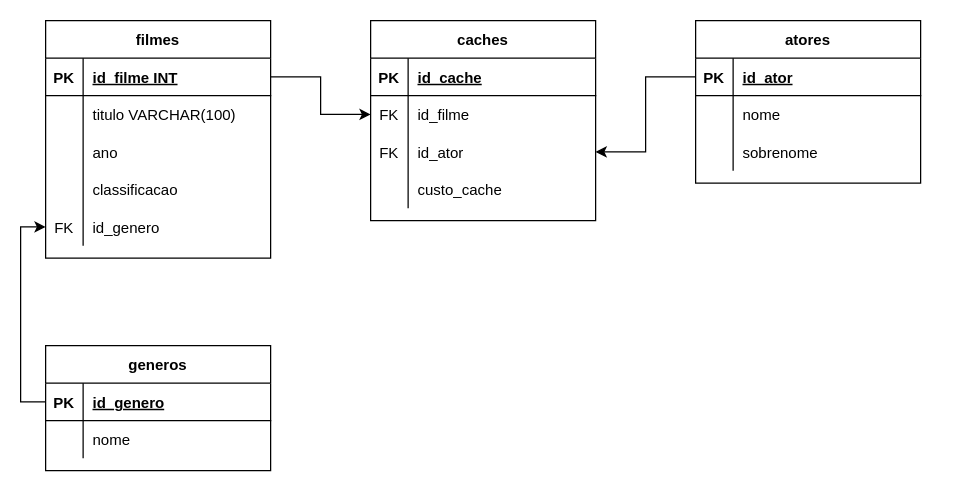
This is page "filmes" (1 of 2) of banco-de-dados/aula06-xilften.drawio from Thribs/ctd, a draw.io file, before an edit. Source tidied: cells renumbered, new cells numbered last; positions are measured from the earlier drawing's top-left corner, leaving out a move shared by most shapes. Both pictures are drawn from the tidied source at 125%, with x=0, y=0 at pixel (45, 20).
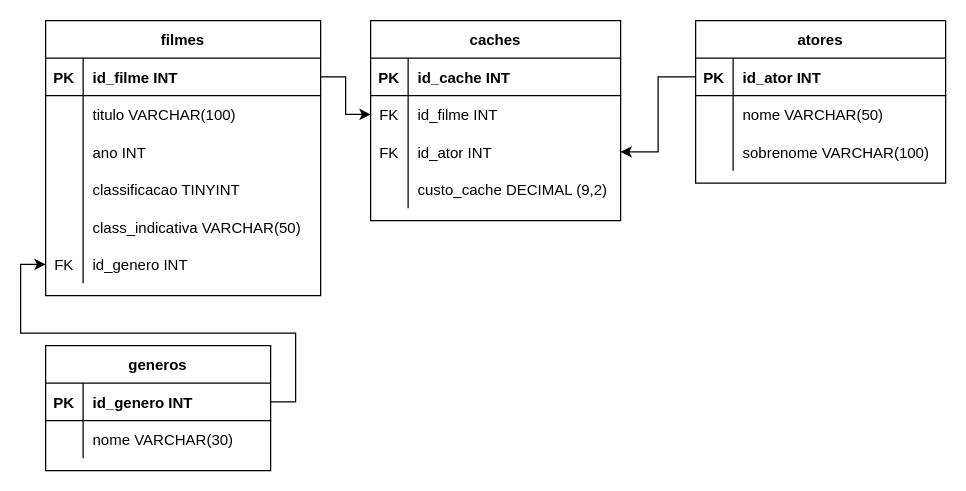
After the change.

The change refers to these unchanged cells:
```xml
<mxCell id="29" style="shape=partialRectangle;fillColor=none;top=0;left=0;bottom=1;right=0;points=[[0,0.5],[1,0.5]];portConstraint=eastwest;" parent="28" vertex="1">
  <mxGeometry y="30" width="180" height="30" as="geometry" />
</mxCell>
<mxCell id="32" style="shape=partialRectangle;fillColor=none;top=0;left=0;bottom=0;right=0;" parent="28" vertex="1">
  <mxGeometry y="60" width="180" height="30" as="geometry" />
</mxCell>
```

What changed in the source:
```diff
@@
     <mxCell id="2" value="filmes" style="shape=table;startSize=30;childLayout=tableLayout;rowLines=0;fontStyle=1;align=center;" parent="1" vertex="1">
-      <mxGeometry width="180" height="190" as="geometry" />
+      <mxGeometry width="220" height="220" as="geometry" />
     </mxCell>
     <mxCell id="3" style="shape=partialRectangle;fillColor=none;top=0;left=0;bottom=1;right=0;points=[[0,0.5],[1,0.5]];portConstraint=eastwest;" parent="2" vertex="1">
-      <mxGeometry y="30" width="180" height="30" as="geometry" />
+      <mxGeometry y="30" width="220" height="30" as="geometry" />
     </mxCell>
@@
-    <mxCell id="5" value="id_filme INT" style="shape=partialRectangle;fillColor=none;top=0;left=0;bottom=0;right=0;align=left;spacingLeft=6;fontStyle=5;overflow=hidden;" parent="3" vertex="1">
-      <mxGeometry x="30" width="150" height="30" as="geometry" />
+    <mxCell id="5" value="id_filme INT" style="shape=partialRectangle;fillColor=none;top=0;left=0;bottom=0;right=0;align=left;spacingLeft=6;fontStyle=1;overflow=hidden;" parent="3" vertex="1">
+      <mxGeometry x="30" width="190" height="30" as="geometry" />
     </mxCell>
     <mxCell id="6" style="shape=partialRectangle;fillColor=none;top=0;left=0;bottom=0;right=0;" parent="2" vertex="1">
-      <mxGeometry y="60" width="180" height="30" as="geometry" />
+      <mxGeometry y="60" width="220" height="30" as="geometry" />
     </mxCell>
@@
     <mxCell id="8" value="titulo VARCHAR(100)" style="shape=partialRectangle;fillColor=none;top=0;left=0;bottom=0;right=0;align=left;spacingLeft=6;overflow=hidden;" parent="6" vertex="1">
-      <mxGeometry x="30" width="150" height="30" as="geometry" />
+      <mxGeometry x="30" width="190" height="30" as="geometry" />
     </mxCell>
     <mxCell id="9" style="shape=partialRectangle;fillColor=none;top=0;left=0;bottom=0;right=0;" parent="2" vertex="1">
-      <mxGeometry y="90" width="180" height="30" as="geometry" />
+      <mxGeometry y="90" width="220" height="30" as="geometry" />
     </mxCell>
@@
-    <mxCell id="11" value="ano" style="shape=partialRectangle;fillColor=none;top=0;left=0;bottom=0;right=0;align=left;spacingLeft=6;overflow=hidden;" parent="9" vertex="1">
-      <mxGeometry x="30" width="150" height="30" as="geometry" />
+    <mxCell id="11" value="ano INT" style="shape=partialRectangle;fillColor=none;top=0;left=0;bottom=0;right=0;align=left;spacingLeft=6;overflow=hidden;" parent="9" vertex="1">
+      <mxGeometry x="30" width="190" height="30" as="geometry" />
     </mxCell>
     <mxCell id="12" style="shape=partialRectangle;fillColor=none;top=0;left=0;bottom=0;right=0;" parent="2" vertex="1">
-      <mxGeometry y="120" width="180" height="30" as="geometry" />
+      <mxGeometry y="120" width="220" height="30" as="geometry" />
     </mxCell>
@@
-    <mxCell id="14" value="classificacao" style="shape=partialRectangle;fillColor=none;top=0;left=0;bottom=0;right=0;align=left;spacingLeft=6;overflow=hidden;" parent="12" vertex="1">
-      <mxGeometry x="30" width="150" height="30" as="geometry" />
+    <mxCell id="14" value="classificacao TINYINT" style="shape=partialRectangle;fillColor=none;top=0;left=0;bottom=0;right=0;align=left;spacingLeft=6;overflow=hidden;" parent="12" vertex="1">
+      <mxGeometry x="30" width="190" height="30" as="geometry" />
     </mxCell>
+    <mxCell id="51" style="shape=partialRectangle;fillColor=none;top=0;left=0;bottom=0;right=0;" parent="2" vertex="1">
+      <mxGeometry y="150" width="220" height="30" as="geometry" />
+    </mxCell>
+    <mxCell id="52" style="shape=partialRectangle;fillColor=none;top=0;left=0;bottom=0;right=0;overflow=hidden;" parent="51" vertex="1">
+      <mxGeometry width="30" height="30" as="geometry" />
+    </mxCell>
+    <mxCell id="53" value="class_indicativa VARCHAR(50)" style="shape=partialRectangle;fillColor=none;top=0;left=0;bottom=0;right=0;align=left;spacingLeft=6;overflow=hidden;" parent="51" vertex="1">
+      <mxGeometry x="30" width="190" height="30" as="geometry" />
+    </mxCell>
     <mxCell id="15" style="shape=partialRectangle;fillColor=none;top=0;left=0;bottom=0;right=0;points=[[0,0.5],[1,0.5]];portConstraint=eastwest;" parent="2" vertex="1">
-      <mxGeometry y="150" width="180" height="30" as="geometry" />
+      <mxGeometry y="180" width="220" height="30" as="geometry" />
     </mxCell>
@@
-    <mxCell id="17" value="id_genero" style="shape=partialRectangle;fillColor=none;top=0;left=0;bottom=0;right=0;align=left;spacingLeft=6;overflow=hidden;" parent="15" vertex="1">
-      <mxGeometry x="30" width="150" height="30" as="geometry" />
+    <mxCell id="17" value="id_genero INT" style="shape=partialRectangle;fillColor=none;top=0;left=0;bottom=0;right=0;align=left;spacingLeft=6;overflow=hidden;" parent="15" vertex="1">
+      <mxGeometry x="30" width="190" height="30" as="geometry" />
     </mxCell>
     <mxCell id="18" value="atores" style="shape=table;startSize=30;childLayout=tableLayout;rowLines=0;fontStyle=1;align=center;" parent="1" vertex="1">
-      <mxGeometry x="520" width="180" height="130" as="geometry" />
+      <mxGeometry x="520" width="200" height="130" as="geometry" />
     </mxCell>
     <mxCell id="19" style="shape=partialRectangle;fillColor=none;top=0;left=0;bottom=1;right=0;points=[[0,0.5],[1,0.5]];portConstraint=eastwest;" parent="18" vertex="1">
-      <mxGeometry y="30" width="180" height="30" as="geometry" />
+      <mxGeometry y="30" width="200" height="30" as="geometry" />
     </mxCell>
@@
-    <mxCell id="21" value="id_ator" style="shape=partialRectangle;fillColor=none;top=0;left=0;bottom=0;right=0;align=left;spacingLeft=6;fontStyle=5;overflow=hidden;" parent="19" vertex="1">
-      <mxGeometry x="30" width="150" height="30" as="geometry" />
+    <mxCell id="21" value="id_ator INT" style="shape=partialRectangle;fillColor=none;top=0;left=0;bottom=0;right=0;align=left;spacingLeft=6;fontStyle=1;overflow=hidden;" parent="19" vertex="1">
+      <mxGeometry x="30" width="170" height="30" as="geometry" />
     </mxCell>
     <mxCell id="22" style="shape=partialRectangle;fillColor=none;top=0;left=0;bottom=0;right=0;" parent="18" vertex="1">
-      <mxGeometry y="60" width="180" height="30" as="geometry" />
+      <mxGeometry y="60" width="200" height="30" as="geometry" />
     </mxCell>
@@
-    <mxCell id="24" value="nome" style="shape=partialRectangle;fillColor=none;top=0;left=0;bottom=0;right=0;align=left;spacingLeft=6;overflow=hidden;" parent="22" vertex="1">
-      <mxGeometry x="30" width="150" height="30" as="geometry" />
+    <mxCell id="24" value="nome VARCHAR(50)" style="shape=partialRectangle;fillColor=none;top=0;left=0;bottom=0;right=0;align=left;spacingLeft=6;overflow=hidden;" parent="22" vertex="1">
+      <mxGeometry x="30" width="170" height="30" as="geometry" />
     </mxCell>
     <mxCell id="25" style="shape=partialRectangle;fillColor=none;top=0;left=0;bottom=0;right=0;" parent="18" vertex="1">
-      <mxGeometry y="90" width="180" height="30" as="geometry" />
+      <mxGeometry y="90" width="200" height="30" as="geometry" />
     </mxCell>
@@
-    <mxCell id="27" value="sobrenome" style="shape=partialRectangle;fillColor=none;top=0;left=0;bottom=0;right=0;align=left;spacingLeft=6;overflow=hidden;" parent="25" vertex="1">
-      <mxGeometry x="30" width="150" height="30" as="geometry" />
+    <mxCell id="27" value="sobrenome VARCHAR(100)" style="shape=partialRectangle;fillColor=none;top=0;left=0;bottom=0;right=0;align=left;spacingLeft=6;overflow=hidden;" parent="25" vertex="1">
+      <mxGeometry x="30" width="170" height="30" as="geometry" />
     </mxCell>
@@
-    <mxCell id="31" value="id_genero" style="shape=partialRectangle;fillColor=none;top=0;left=0;bottom=0;right=0;align=left;spacingLeft=6;fontStyle=5;overflow=hidden;" parent="29" vertex="1">
+    <mxCell id="31" value="id_genero INT" style="shape=partialRectangle;fillColor=none;top=0;left=0;bottom=0;right=0;align=left;spacingLeft=6;fontStyle=1;overflow=hidden;" parent="29" vertex="1">
       <mxGeometry x="30" width="150" height="30" as="geometry" />
     </mxCell>
@@
-    <mxCell id="34" value="nome" style="shape=partialRectangle;fillColor=none;top=0;left=0;bottom=0;right=0;align=left;spacingLeft=6;overflow=hidden;" parent="32" vertex="1">
+    <mxCell id="34" value="nome VARCHAR(30)" style="shape=partialRectangle;fillColor=none;top=0;left=0;bottom=0;right=0;align=left;spacingLeft=6;overflow=hidden;" parent="32" vertex="1">
       <mxGeometry x="30" width="150" height="30" as="geometry" />
     </mxCell>
     <mxCell id="35" value="caches" style="shape=table;startSize=30;childLayout=tableLayout;rowLines=0;fontStyle=1;align=center;" parent="1" vertex="1">
-      <mxGeometry x="260" width="180" height="160" as="geometry" />
+      <mxGeometry x="260" width="200" height="160" as="geometry" />
     </mxCell>
     <mxCell id="36" style="shape=partialRectangle;fillColor=none;top=0;left=0;bottom=1;right=0;" parent="35" vertex="1">
-      <mxGeometry y="30" width="180" height="30" as="geometry" />
+      <mxGeometry y="30" width="200" height="30" as="geometry" />
     </mxCell>
@@
-    <mxCell id="38" value="id_cache" style="shape=partialRectangle;fillColor=none;top=0;left=0;bottom=0;right=0;align=left;spacingLeft=6;fontStyle=5;overflow=hidden;" parent="36" vertex="1">
-      <mxGeometry x="30" width="150" height="30" as="geometry" />
+    <mxCell id="38" value="id_cache INT" style="shape=partialRectangle;fillColor=none;top=0;left=0;bottom=0;right=0;align=left;spacingLeft=6;fontStyle=1;overflow=hidden;" parent="36" vertex="1">
+      <mxGeometry x="30" width="170" height="30" as="geometry" />
     </mxCell>
     <mxCell id="39" style="shape=partialRectangle;fillColor=none;top=0;left=0;bottom=0;right=0;points=[[0,0.5],[1,0.5]];portConstraint=eastwest;" parent="35" vertex="1">
-      <mxGeometry y="60" width="180" height="30" as="geometry" />
+      <mxGeometry y="60" width="200" height="30" as="geometry" />
     </mxCell>
@@
-    <mxCell id="41" value="id_filme" style="shape=partialRectangle;fillColor=none;top=0;left=0;bottom=0;right=0;align=left;spacingLeft=6;overflow=hidden;" parent="39" vertex="1">
-      <mxGeometry x="30" width="150" height="30" as="geometry" />
+    <mxCell id="41" value="id_filme INT" style="shape=partialRectangle;fillColor=none;top=0;left=0;bottom=0;right=0;align=left;spacingLeft=6;overflow=hidden;" parent="39" vertex="1">
+      <mxGeometry x="30" width="170" height="30" as="geometry" />
     </mxCell>
     <mxCell id="42" style="shape=partialRectangle;fillColor=none;top=0;left=0;bottom=0;right=0;points=[[0,0.5],[1,0.5]];portConstraint=eastwest;" parent="35" vertex="1">
-      <mxGeometry y="90" width="180" height="30" as="geometry" />
+      <mxGeometry y="90" width="200" height="30" as="geometry" />
     </mxCell>
@@
-    <mxCell id="44" value="id_ator" style="shape=partialRectangle;fillColor=none;top=0;left=0;bottom=0;right=0;align=left;spacingLeft=6;overflow=hidden;" parent="42" vertex="1">
-      <mxGeometry x="30" width="150" height="30" as="geometry" />
+    <mxCell id="44" value="id_ator INT" style="shape=partialRectangle;fillColor=none;top=0;left=0;bottom=0;right=0;align=left;spacingLeft=6;overflow=hidden;" parent="42" vertex="1">
+      <mxGeometry x="30" width="170" height="30" as="geometry" />
     </mxCell>
     <mxCell id="45" style="shape=partialRectangle;fillColor=none;top=0;left=0;bottom=0;right=0;" parent="35" vertex="1">
-      <mxGeometry y="120" width="180" height="30" as="geometry" />
+      <mxGeometry y="120" width="200" height="30" as="geometry" />
     </mxCell>
@@
-    <mxCell id="47" value="custo_cache" style="shape=partialRectangle;fillColor=none;top=0;left=0;bottom=0;right=0;align=left;spacingLeft=6;overflow=hidden;" parent="45" vertex="1">
-      <mxGeometry x="30" width="150" height="30" as="geometry" />
+    <mxCell id="47" value="custo_cache DECIMAL (9,2)" style="shape=partialRectangle;fillColor=none;top=0;left=0;bottom=0;right=0;align=left;spacingLeft=6;overflow=hidden;" parent="45" vertex="1">
+      <mxGeometry x="30" width="170" height="30" as="geometry" />
     </mxCell>
```
